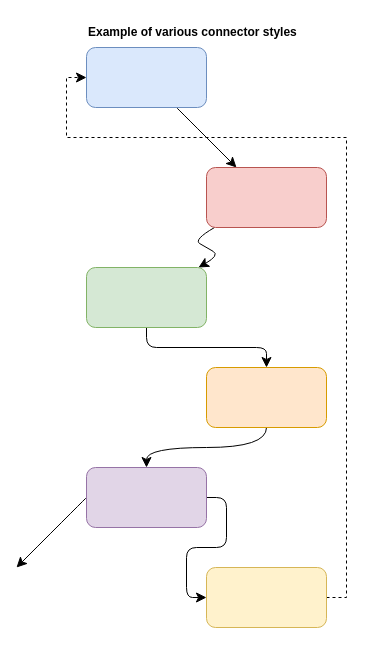
Before: page "Mixed example" (1 of 15) of blog/connector-style-reference.drawio in jgraph/drawio-diagrams, a draw.io diagram. Source tidied: cells renumbered, new cells numbered last; positions are measured from the earlier drawing's top-left corner, leaving out a move shared by most shapes. Both pictures are drawn from the tidied source at 100%, with x=0, y=0 at pixel (16, 17).
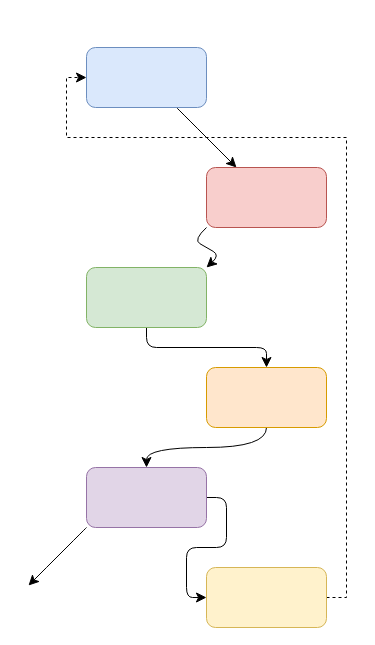
Above is the later version.

Diff of the diagram source:
```diff
@@
 <mxGraphModel>
   <root>
     <mxCell id="0" />
     <mxCell id="1" parent="0" />
     <mxCell id="2" style="edgeStyle=none;curved=1;rounded=0;curveGeometry=1;jettySize=auto;html=1;fontSize=12;startSize=8;endSize=8;" parent="1" edge="1" source="3" target="5">
       <mxGeometry relative="1" as="geometry" />
     </mxCell>
     <mxCell id="3" style="rounded=1;whiteSpace=wrap;html=1;roundedPerimeter=1;fillColor=#dae8fc;strokeColor=#6c8ebf;" parent="1" vertex="1">
       <mxGeometry x="70" y="30" width="120" height="60" as="geometry" />
     </mxCell>
-    <mxCell id="4" style="edgeStyle=isometricEdgeStyle;rounded=0;jettySize=auto;html=1;fontSize=12;startSize=8;endSize=8;curved=1;curveGeometry=1;" parent="1" edge="1" source="5" target="7">
+    <mxCell id="4" style="edgeStyle=isometricEdgeStyle;rounded=0;jettySize=auto;html=1;fontSize=12;startSize=8;endSize=8;curved=1;curveGeometry=1;orthogonal=1;" parent="1" edge="1" source="5" target="7">
       <mxGeometry relative="1" as="geometry" />
     </mxCell>
     <mxCell id="5" style="rounded=1;whiteSpace=wrap;html=1;roundedPerimeter=1;fillColor=#f8cecc;strokeColor=#b85450;" parent="1" vertex="1">
       <mxGeometry x="190" y="150" width="120" height="60" as="geometry" />
     </mxCell>
     <mxCell id="6" style="edgeStyle=elbowEdgeStyle;rounded=1;jettySize=auto;html=1;fontSize=12;startSize=8;endSize=8;elbow=vertical;curved=0;" parent="1" edge="1" source="7" target="9">
       <mxGeometry relative="1" as="geometry" />
     </mxCell>
     <mxCell id="7" style="rounded=1;whiteSpace=wrap;html=1;roundedPerimeter=1;fillColor=#d5e8d4;strokeColor=#82b366;" parent="1" vertex="1">
       <mxGeometry x="70" y="250" width="120" height="60" as="geometry" />
     </mxCell>
     <mxCell id="8" style="edgeStyle=orthogonalEdgeStyle;curved=1;rounded=0;curveGeometry=1;jettySize=auto;html=1;fontSize=12;startSize=8;endSize=8;" parent="1" edge="1" source="9" target="12">
       <mxGeometry relative="1" as="geometry" />
     </mxCell>
     <mxCell id="9" style="rounded=1;whiteSpace=wrap;html=1;roundedPerimeter=1;fillColor=#ffe6cc;strokeColor=#d79b00;" parent="1" vertex="1">
       <mxGeometry x="190" y="350" width="120" height="60" as="geometry" />
     </mxCell>
     <mxCell id="10" style="edgeStyle=orthogonalEdgeStyle;rounded=1;jettySize=auto;html=1;exitX=1;exitY=0.5;exitDx=0;exitDy=0;entryX=0;entryY=0.5;entryDx=0;entryDy=0;fontSize=12;startSize=8;endSize=8;curved=0;" parent="1" edge="1" source="12" target="14">
       <mxGeometry relative="1" as="geometry" />
     </mxCell>
-    <mxCell id="11" style="edgeStyle=none;curved=1;rounded=0;curveGeometry=1;jettySize=auto;html=1;exitX=0;exitY=0.5;exitDx=0;exitDy=0;fontSize=12;startSize=8;endSize=8;" parent="1" edge="1" source="12">
+    <mxCell id="11" style="edgeStyle=none;curved=1;rounded=0;curveGeometry=1;jettySize=auto;html=1;exitX=0;exitY=1;exitDx=0;exitDy=0;fontSize=12;startSize=8;endSize=8;" parent="1" edge="1" source="12">
       <mxGeometry relative="1" as="geometry">
-        <mxPoint y="550" as="targetPoint" />
+        <mxPoint x="12" y="568" as="targetPoint" />
       </mxGeometry>
     </mxCell>
     <mxCell id="12" style="rounded=1;whiteSpace=wrap;html=1;roundedPerimeter=1;fillColor=#e1d5e7;strokeColor=#9673a6;" parent="1" vertex="1">
       <mxGeometry x="70" y="450" width="120" height="60" as="geometry" />
     </mxCell>
     <mxCell id="13" style="edgeStyle=orthogonalEdgeStyle;rounded=0;jettySize=auto;html=1;exitX=1;exitY=0.5;exitDx=0;exitDy=0;entryX=0;entryY=0.5;entryDx=0;entryDy=0;fontSize=12;startSize=8;endSize=8;libavoidRouting=1;dashed=1;jumpStyle=arc;jumpSize=21;" parent="1" edge="1" source="14" target="3">
       <mxGeometry relative="1" as="geometry">
         <Array as="points">
           <mxPoint x="330" y="580" />
           <mxPoint x="330" y="120" />
           <mxPoint x="50" y="120" />
           <mxPoint x="50" y="60" />
         </Array>
       </mxGeometry>
     </mxCell>
     <mxCell id="14" style="rounded=1;whiteSpace=wrap;html=1;roundedPerimeter=1;fillColor=#fff2cc;strokeColor=#d6b656;" parent="1" vertex="1">
       <mxGeometry x="190" y="550" width="120" height="60" as="geometry" />
     </mxCell>
-    <mxCell id="15" value="Example of various connector styles" style="text;html=1;whiteSpace=wrap;strokeColor=none;fillColor=none;align=left;verticalAlign=middle;rounded=0;fontStyle=1;" parent="1" vertex="1">
-      <mxGeometry x="70" width="230" height="30" as="geometry" />
-    </mxCell>
   </root>
 </mxGraphModel>
```
